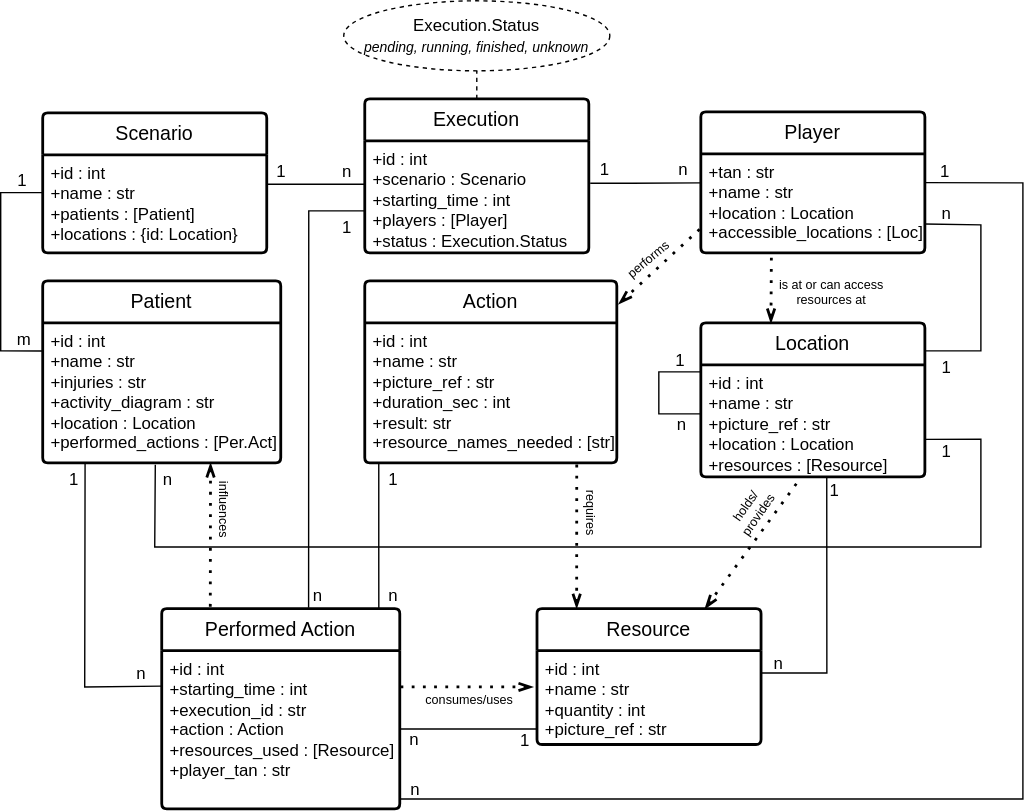
The draw.io diagram doc/server/entity_relation_runtime.svg in MANVSim/MANVSim, before a commit. Source tidied: cells renumbered, new cells last; positions are measured from the earlier drawing's top-left corner, leaving out a move shared by most shapes.
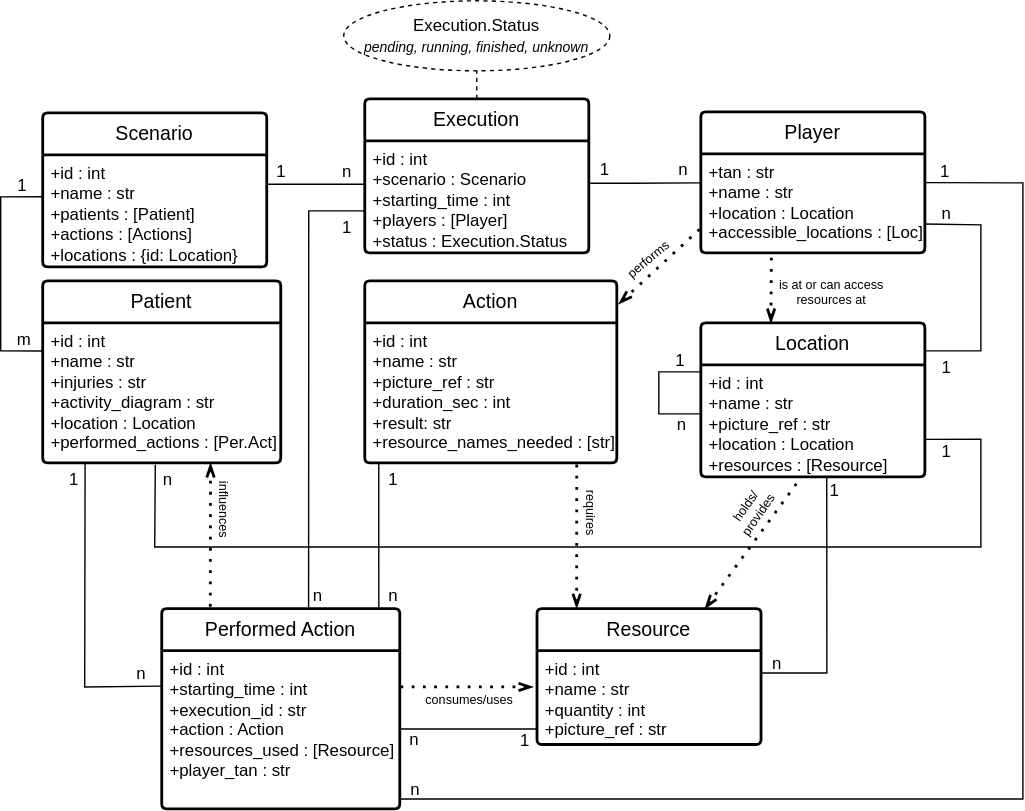
After the commit.

Commit message:
update entities & diagram, add test scenario/execution

What changed in the source:
```diff
@@ -3,10 +3,10 @@
     <mxCell id="0" />
     <mxCell id="1" parent="0" />
     <mxCell id="2" value="Scenario" style="swimlane;horizontal=1;startSize=30;rounded=1;fontSize=14;fontStyle=0;strokeWidth=2;shadow=0;dashed=0;align=center;arcSize=4;whiteSpace=wrap;html=1;" parent="1" vertex="1">
-      <mxGeometry x="30" y="80" width="160" height="100" as="geometry" />
+      <mxGeometry x="30" y="80" width="160" height="110" as="geometry" />
     </mxCell>
-    <mxCell id="3" value="+id : int&lt;div&gt;+name : str&lt;br&gt;&lt;/div&gt;&lt;div&gt;+patients : [Patient]&lt;/div&gt;&lt;div&gt;+locations : {id: Location}&lt;/div&gt;" style="align=left;strokeColor=none;fillColor=none;spacingLeft=4;fontSize=12;verticalAlign=top;html=1;" parent="2" vertex="1">
-      <mxGeometry y="30" width="160" height="70" as="geometry" />
+    <mxCell id="3" value="+id : int&lt;div&gt;+name : str&lt;br&gt;&lt;/div&gt;&lt;div&gt;+patients : [Patient]&lt;/div&gt;&lt;div&gt;+actions : [Actions]&lt;/div&gt;&lt;div&gt;+locations : {id: Location}&lt;/div&gt;" style="align=left;strokeColor=none;fillColor=none;spacingLeft=4;fontSize=12;verticalAlign=top;html=1;" parent="2" vertex="1">
+      <mxGeometry y="30" width="160" height="80" as="geometry" />
     </mxCell>
     <mxCell id="4" value="Patient" style="swimlane;horizontal=1;startSize=30;rounded=1;fontSize=14;fontStyle=0;strokeWidth=2;shadow=0;dashed=0;align=center;arcSize=4;whiteSpace=wrap;html=1;" parent="1" vertex="1">
       <mxGeometry x="30" y="200" width="170" height="130" as="geometry" />
@@ -14,11 +14,11 @@
     <mxCell id="5" value="+id : int&lt;div&gt;+name : str&lt;br&gt;&lt;/div&gt;&lt;div&gt;+injuries : str&lt;/div&gt;&lt;div&gt;+activity_diagram : str&lt;/div&gt;&lt;div&gt;+location : Location&lt;/div&gt;&lt;div&gt;+performed_actions : [Per.Act]&lt;/div&gt;" style="align=left;strokeColor=none;fillColor=none;spacingLeft=4;fontSize=12;verticalAlign=top;html=1;" parent="4" vertex="1">
       <mxGeometry y="30" width="170" height="100" as="geometry" />
     </mxCell>
-    <mxCell id="6" style="endArrow=none;html=1;rounded=0;entryX=0.003;entryY=0.385;entryDx=0;entryDy=0;exitX=-0.001;exitY=0.201;exitDx=0;exitDy=0;exitPerimeter=0;entryPerimeter=0;" parent="1" edge="1" source="5" target="3">
+    <mxCell id="6" style="endArrow=none;html=1;rounded=0;entryX=0.003;entryY=0.374;entryDx=0;entryDy=0;exitX=-0.001;exitY=0.201;exitDx=0;exitDy=0;exitPerimeter=0;entryPerimeter=0;" parent="1" edge="1" source="5" target="3">
       <mxGeometry relative="1" as="geometry">
         <Array as="points">
           <mxPoint y="250" />
-          <mxPoint y="137" />
+          <mxPoint y="140" />
         </Array>
       </mxGeometry>
     </mxCell>
```
